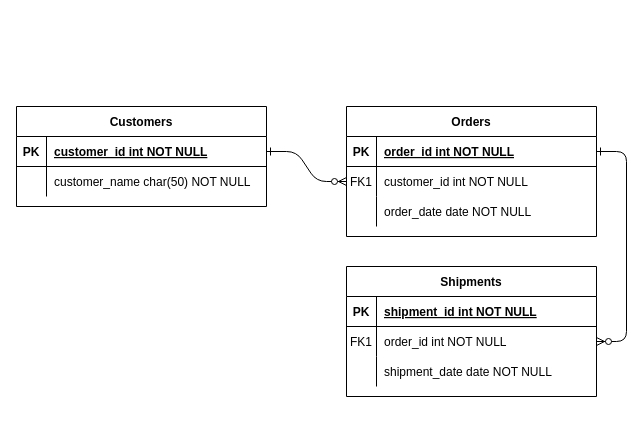
Before: Untitled Diagram.drawio in kenyoshizawa/kikakuru, a draw.io diagram. Source tidied: cells renumbered, new cells numbered last; positions are measured from the earlier drawing's top-left corner, leaving out a move shared by most shapes. Both pictures are drawn from the tidied source at 100%, with x=0, y=0 at pixel (16, 106).
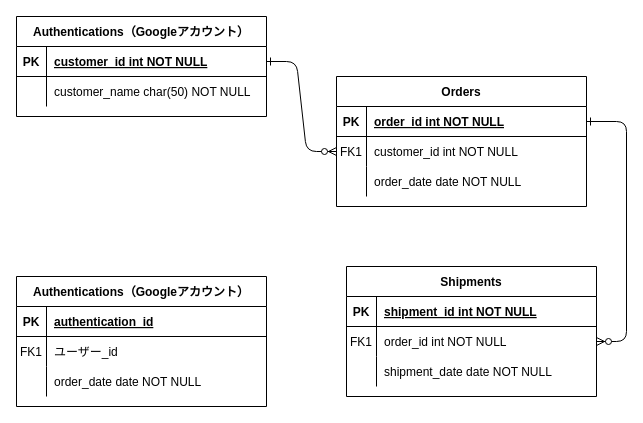
The same page after the edit.

Change to the diagram source:
```diff
@@
     <mxCell id="4" value="Orders" style="shape=table;startSize=30;childLayout=tableLayout;rowLines=0;fontStyle=1;align=center;" parent="1" vertex="1">
-      <mxGeometry x="330" width="250" height="130" as="geometry" />
+      <mxGeometry x="320" y="-30" width="250" height="130" as="geometry" />
     </mxCell>
@@
-    <mxCell id="24" value="Customers" style="shape=table;startSize=30;childLayout=tableLayout;rowLines=0;fontStyle=1;align=center;" parent="1" vertex="1">
-      <mxGeometry width="250" height="100" as="geometry" />
+    <mxCell id="24" value="Authentications（Googleアカウント）" style="shape=table;startSize=30;childLayout=tableLayout;rowLines=0;fontStyle=1;align=center;" parent="1" vertex="1">
+      <mxGeometry y="-90" width="250" height="100" as="geometry" />
     </mxCell>
@@
+    <mxCell id="31" value="Authentications（Googleアカウント）" style="shape=table;startSize=30;childLayout=tableLayout;rowLines=0;fontStyle=1;align=center;" parent="1" vertex="1">
+      <mxGeometry y="170" width="250" height="130" as="geometry" />
+    </mxCell>
+    <mxCell id="32" style="shape=partialRectangle;fillColor=none;top=0;left=0;right=0;bottom=1;" parent="31" vertex="1">
+      <mxGeometry y="30" width="250" height="30" as="geometry" />
+    </mxCell>
+    <mxCell id="33" value="PK" style="shape=partialRectangle;overflow=hidden;fillColor=none;top=0;left=0;bottom=0;right=0;fontStyle=1;" parent="32" vertex="1">
+      <mxGeometry width="30" height="30" as="geometry" />
+    </mxCell>
+    <mxCell id="34" value="authentication_id" style="shape=partialRectangle;overflow=hidden;fillColor=none;top=0;left=0;bottom=0;right=0;align=left;spacingLeft=6;fontStyle=5;" parent="32" vertex="1">
+      <mxGeometry x="30" width="220" height="30" as="geometry" />
+    </mxCell>
+    <mxCell id="35" style="shape=partialRectangle;fillColor=none;top=0;left=0;right=0;bottom=0;" parent="31" vertex="1">
+      <mxGeometry y="60" width="250" height="30" as="geometry" />
+    </mxCell>
+    <mxCell id="36" value="FK1" style="shape=partialRectangle;overflow=hidden;fillColor=none;top=0;left=0;bottom=0;right=0;" parent="35" vertex="1">
+      <mxGeometry width="30" height="30" as="geometry" />
+    </mxCell>
+    <mxCell id="37" value="ユーザー_id" style="shape=partialRectangle;overflow=hidden;fillColor=none;top=0;left=0;bottom=0;right=0;align=left;spacingLeft=6;" parent="35" vertex="1">
+      <mxGeometry x="30" width="220" height="30" as="geometry" />
+    </mxCell>
+    <mxCell id="38" style="shape=partialRectangle;fillColor=none;top=0;left=0;right=0;bottom=0;" parent="31" vertex="1">
+      <mxGeometry y="90" width="250" height="30" as="geometry" />
+    </mxCell>
+    <mxCell id="39" style="shape=partialRectangle;overflow=hidden;fillColor=none;top=0;left=0;bottom=0;right=0;" parent="38" vertex="1">
+      <mxGeometry width="30" height="30" as="geometry" />
+    </mxCell>
+    <mxCell id="40" value="order_date date NOT NULL" style="shape=partialRectangle;overflow=hidden;fillColor=none;top=0;left=0;bottom=0;right=0;align=left;spacingLeft=6;" parent="38" vertex="1">
+      <mxGeometry x="30" width="220" height="30" as="geometry" />
+    </mxCell>
```
